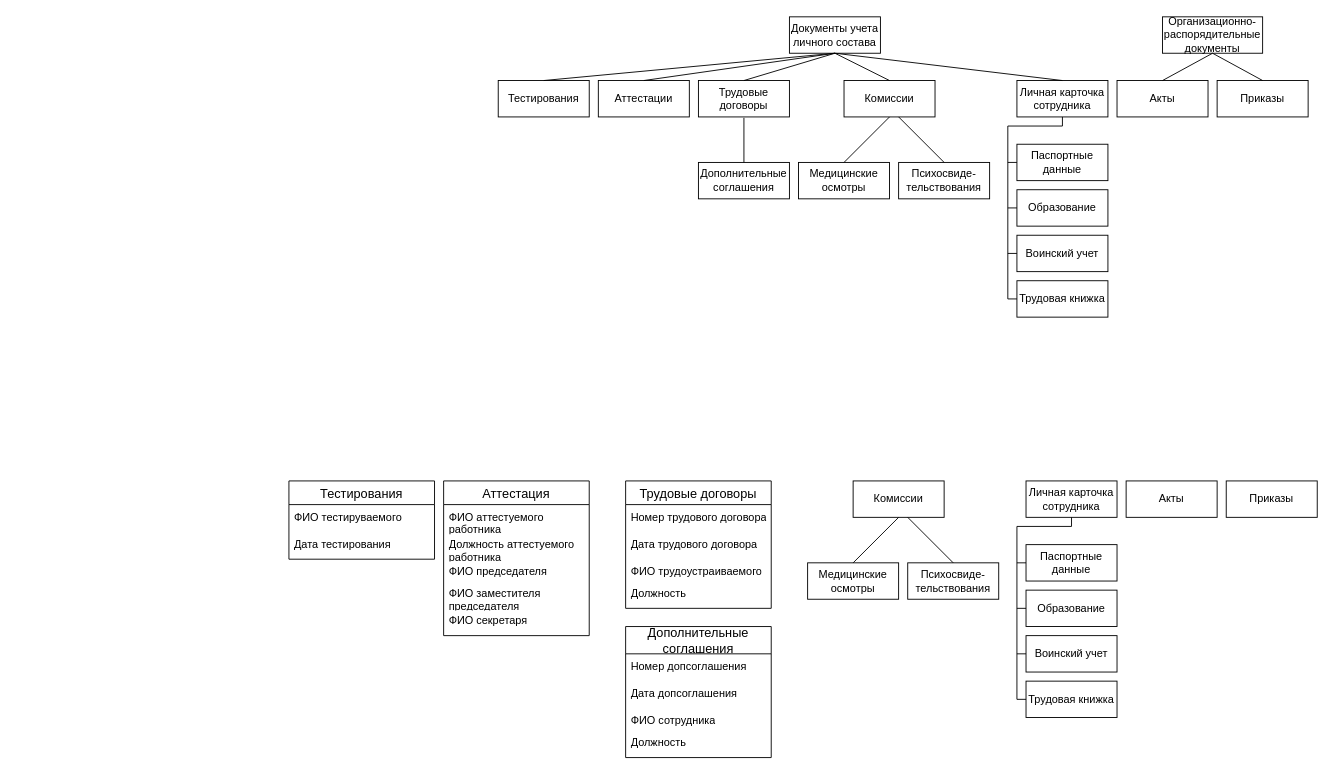
lyudmilareshetyuk/draw.io keeps this draw.io diagram as Сущностьсвязь.drawio. Above is the earlier version. Source tidied: cells renumbered, new cells numbered last; positions are measured from the earlier drawing's top-left corner, leaving out a move shared by most shapes. Both pictures are drawn from the tidied source at 91%, with x=0, y=0 at pixel (288, 16).
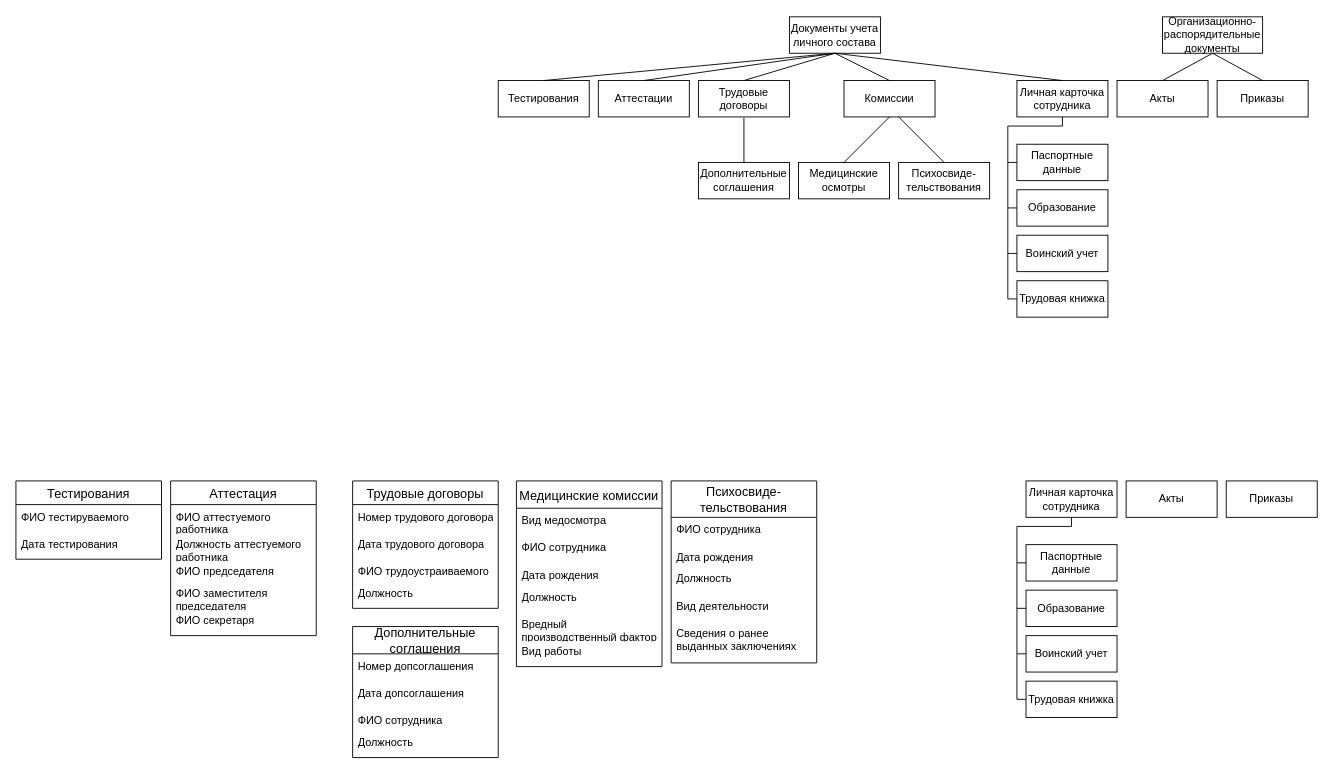
The same diagram, later.

Change to the diagram source:
```diff
@@
-    <mxCell id="35" value="Комиссии" style="whiteSpace=wrap;html=1;align=center;" parent="1" vertex="1">
-      <mxGeometry x="620" y="510" width="100" height="40" as="geometry" />
-    </mxCell>
@@
-    <mxCell id="37" value="Медицинские осмотры" style="whiteSpace=wrap;html=1;align=center;" parent="1" vertex="1">
-      <mxGeometry x="570" y="600" width="100" height="40" as="geometry" />
-    </mxCell>
-    <mxCell id="38" value="Психосвиде-тельствования" style="whiteSpace=wrap;html=1;align=center;" parent="1" vertex="1">
-      <mxGeometry x="680" y="600" width="100" height="40" as="geometry" />
-    </mxCell>
@@
-    <mxCell id="45" style="endArrow=none;html=1;rounded=0;entryX=0.5;entryY=1;entryDx=0;entryDy=0;exitX=0.5;exitY=0;exitDx=0;exitDy=0;" parent="1" edge="1" source="37" target="35">
-      <mxGeometry relative="1" as="geometry" />
-    </mxCell>
-    <mxCell id="46" style="endArrow=none;html=1;rounded=0;entryX=0.5;entryY=0;entryDx=0;entryDy=0;" parent="1" edge="1" target="38">
-      <mxGeometry relative="1" as="geometry">
-        <mxPoint x="680" y="550" as="sourcePoint" />
-      </mxGeometry>
-    </mxCell>
@@
     <mxCell id="54" value="Тестирования" style="swimlane;fontStyle=0;horizontal=1;startSize=26;align=center;fontSize=14;" parent="1" vertex="1">
-      <mxGeometry y="510" width="160" height="86" as="geometry" />
+      <mxGeometry x="-300" y="510" width="160" height="86" as="geometry" />
     </mxCell>
@@
     <mxCell id="57" value="Аттестация" style="swimlane;fontStyle=0;horizontal=1;startSize=26;align=center;fontSize=14;" parent="1" vertex="1">
-      <mxGeometry x="170" y="510" width="160" height="170" as="geometry" />
+      <mxGeometry x="-130" y="510" width="160" height="170" as="geometry" />
     </mxCell>
@@
     <mxCell id="63" value="Трудовые договоры" style="swimlane;fontStyle=0;horizontal=1;startSize=26;align=center;fontSize=14;" parent="1" vertex="1">
-      <mxGeometry x="370" y="510" width="160" height="140" as="geometry" />
+      <mxGeometry x="70" y="510" width="160" height="140" as="geometry" />
     </mxCell>
@@
     <mxCell id="68" value="Дополнительные&#10;соглашения" style="swimlane;fontStyle=0;horizontal=1;startSize=30;align=center;fontSize=14;" parent="1" vertex="1">
-      <mxGeometry x="370" y="670" width="160" height="144" as="geometry" />
+      <mxGeometry x="70" y="670" width="160" height="144" as="geometry" />
     </mxCell>
@@
+    <mxCell id="73" value="Медицинские комиссии" style="swimlane;fontStyle=0;horizontal=1;startSize=30;align=center;fontSize=14;" parent="1" vertex="1">
+      <mxGeometry x="250" y="510" width="160" height="204" as="geometry" />
+    </mxCell>
+    <mxCell id="74" value="Вид медосмотра" style="text;strokeColor=none;fillColor=none;spacingLeft=4;spacingRight=4;overflow=hidden;fontSize=12;whiteSpace=wrap;html=1;" parent="73" vertex="1">
+      <mxGeometry y="30" width="160" height="30" as="geometry" />
+    </mxCell>
+    <mxCell id="75" value="ФИО сотрудника" style="text;strokeColor=none;fillColor=none;spacingLeft=4;spacingRight=4;overflow=hidden;fontSize=12;whiteSpace=wrap;html=1;" parent="73" vertex="1">
+      <mxGeometry y="60" width="160" height="30" as="geometry" />
+    </mxCell>
+    <mxCell id="76" value="Дата рождения" style="text;strokeColor=none;fillColor=none;spacingLeft=4;spacingRight=4;overflow=hidden;fontSize=12;whiteSpace=wrap;html=1;" parent="73" vertex="1">
+      <mxGeometry y="90" width="160" height="24" as="geometry" />
+    </mxCell>
+    <mxCell id="77" value="Должность" style="text;strokeColor=none;fillColor=none;spacingLeft=4;spacingRight=4;overflow=hidden;fontSize=12;whiteSpace=wrap;html=1;" parent="73" vertex="1">
+      <mxGeometry y="114" width="160" height="30" as="geometry" />
+    </mxCell>
+    <mxCell id="78" value="Вредный производственный фактор" style="text;strokeColor=none;fillColor=none;spacingLeft=4;spacingRight=4;overflow=hidden;fontSize=12;whiteSpace=wrap;html=1;" parent="73" vertex="1">
+      <mxGeometry y="144" width="160" height="30" as="geometry" />
+    </mxCell>
+    <mxCell id="79" value="Вид работы" style="text;strokeColor=none;fillColor=none;spacingLeft=4;spacingRight=4;overflow=hidden;fontSize=12;whiteSpace=wrap;html=1;" parent="73" vertex="1">
+      <mxGeometry y="174" width="160" height="30" as="geometry" />
+    </mxCell>
+    <mxCell id="80" value="Психосвиде-&#10;тельствования" style="swimlane;fontStyle=0;horizontal=1;startSize=40;align=center;fontSize=14;" parent="1" vertex="1">
+      <mxGeometry x="420" y="510" width="160" height="200" as="geometry" />
+    </mxCell>
+    <mxCell id="81" value="ФИО сотрудника" style="text;strokeColor=none;fillColor=none;spacingLeft=4;spacingRight=4;overflow=hidden;fontSize=12;whiteSpace=wrap;html=1;" parent="80" vertex="1">
+      <mxGeometry y="40" width="160" height="30" as="geometry" />
+    </mxCell>
+    <mxCell id="82" value="Дата рождения" style="text;strokeColor=none;fillColor=none;spacingLeft=4;spacingRight=4;overflow=hidden;fontSize=12;whiteSpace=wrap;html=1;" parent="80" vertex="1">
+      <mxGeometry y="70" width="160" height="24" as="geometry" />
+    </mxCell>
+    <mxCell id="83" value="Должность" style="text;strokeColor=none;fillColor=none;spacingLeft=4;spacingRight=4;overflow=hidden;fontSize=12;whiteSpace=wrap;html=1;" parent="80" vertex="1">
+      <mxGeometry y="94" width="160" height="30" as="geometry" />
+    </mxCell>
+    <mxCell id="84" value="Вид деятельности" style="text;strokeColor=none;fillColor=none;spacingLeft=4;spacingRight=4;overflow=hidden;fontSize=12;whiteSpace=wrap;html=1;" parent="80" vertex="1">
+      <mxGeometry y="124" width="160" height="30" as="geometry" />
+    </mxCell>
+    <mxCell id="85" value="Сведения о ранее выданных заключениях" style="text;strokeColor=none;fillColor=none;spacingLeft=4;spacingRight=4;overflow=hidden;fontSize=12;whiteSpace=wrap;html=1;" parent="80" vertex="1">
+      <mxGeometry y="154" width="160" height="46" as="geometry" />
+    </mxCell>
```
